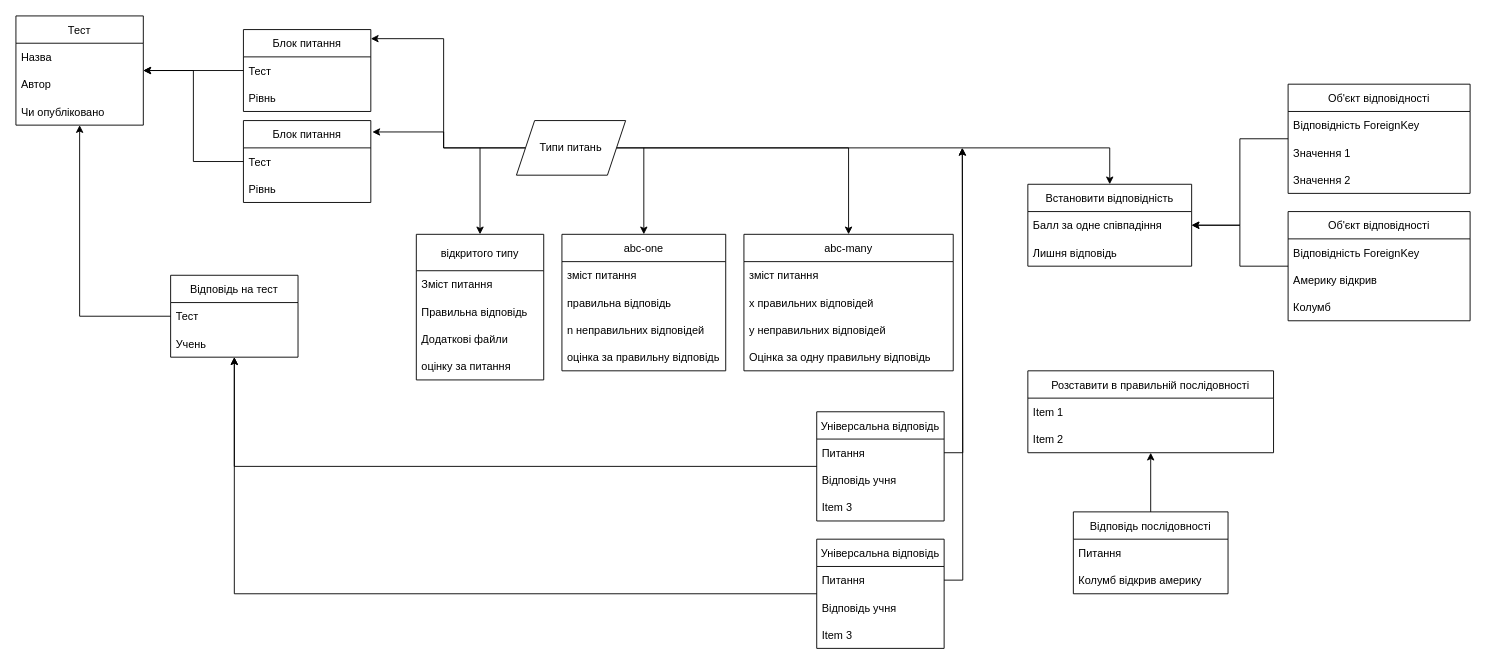
Above: rework.drawio in Writer-mng/database_scheme (draw.io), before the change. Source tidied: cells renumbered, new cells numbered last; positions are measured from the earlier drawing's top-left corner, leaving out a move shared by most shapes. Both pictures are drawn from the tidied source at 91%, with x=0, y=0 at pixel (15, 15).
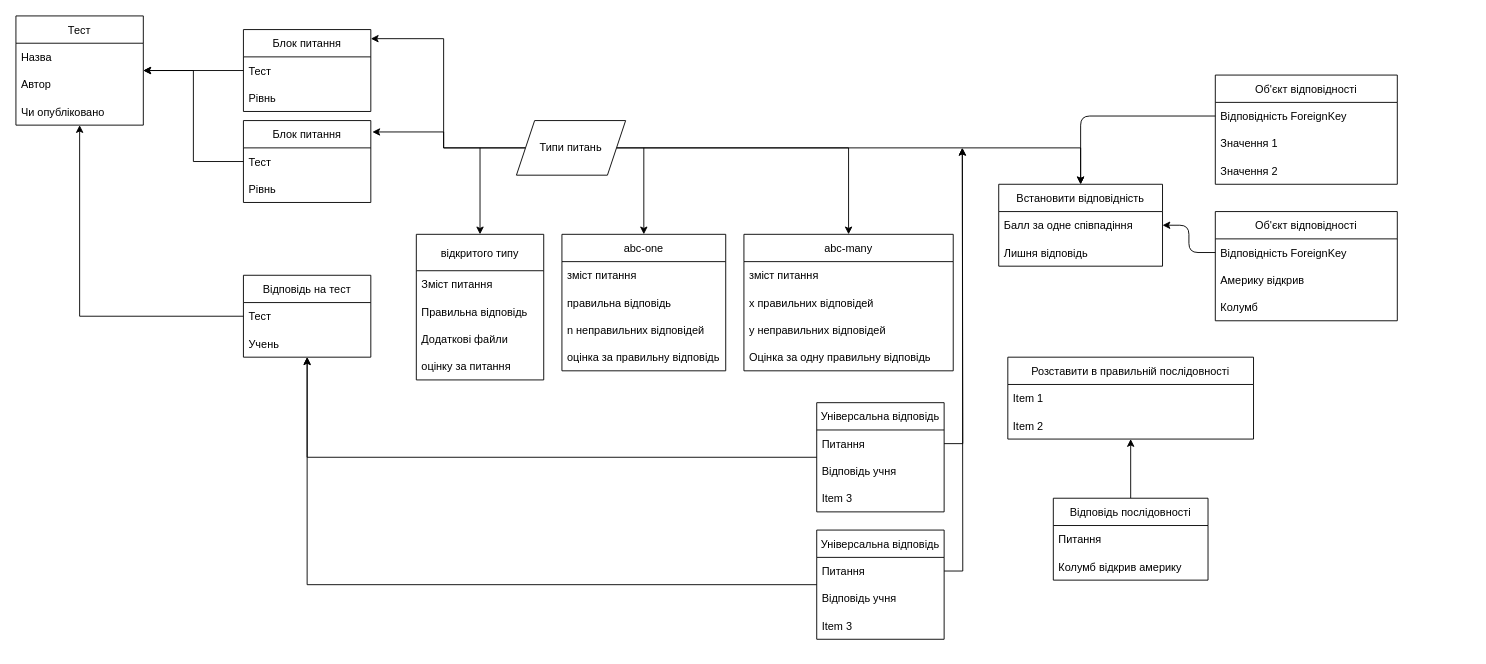
The same page after the edit.

The change refers to these unchanged cells:
```xml
<mxCell id="29" value="Відповідність ForeignKey" style="text;strokeColor=none;fillColor=none;align=left;verticalAlign=middle;spacingLeft=4;spacingRight=4;overflow=hidden;points=[[0,0.5],[1,0.5]];portConstraint=eastwest;" parent="28" vertex="1">
  <mxGeometry y="30" width="200" height="30" as="geometry" />
</mxCell>
<mxCell id="34" value="Відповідність ForeignKey" style="text;strokeColor=none;fillColor=none;align=left;verticalAlign=middle;spacingLeft=4;spacingRight=4;overflow=hidden;points=[[0,0.5],[1,0.5]];portConstraint=eastwest;" parent="33" vertex="1">
  <mxGeometry y="30" width="200" height="30" as="geometry" />
</mxCell>
```

The edit, as a diff of the source:
```diff
@@
     <mxCell id="24" value="Встановити відповідність" style="swimlane;fontStyle=0;horizontal=1;startSize=30;" parent="1" vertex="1">
-      <mxGeometry x="1112" y="185" width="180" height="90" as="geometry" />
+      <mxGeometry x="1080" y="185" width="180" height="90" as="geometry" />
     </mxCell>
@@
-    <mxCell id="27" style="edgeStyle=orthogonalEdgeStyle;rounded=0;jettySize=auto;html=1;" parent="1" edge="1" source="28" target="24">
-      <mxGeometry relative="1" as="geometry" />
-    </mxCell>
     <mxCell id="28" value="Об'єкт відповідності" style="swimlane;fontStyle=0;horizontal=1;startSize=30;" parent="1" vertex="1">
-      <mxGeometry x="1398" y="215" width="200" height="120" as="geometry" />
+      <mxGeometry x="1318" y="215" width="200" height="120" as="geometry" />
     </mxCell>
@@
-    <mxCell id="32" style="edgeStyle=orthogonalEdgeStyle;rounded=0;jettySize=auto;html=1;" parent="1" edge="1" source="33" target="24">
-      <mxGeometry relative="1" as="geometry" />
-    </mxCell>
     <mxCell id="33" value="Об'єкт відповідності" style="swimlane;fontStyle=0;horizontal=1;startSize=30;" parent="1" vertex="1">
-      <mxGeometry x="1398" y="75" width="200" height="120" as="geometry" />
+      <mxGeometry x="1318" y="65" width="200" height="120" as="geometry" />
     </mxCell>
@@
     <mxCell id="37" value="Розставити в правильній послідовності" style="swimlane;fontStyle=0;horizontal=1;startSize=30;" parent="1" vertex="1">
-      <mxGeometry x="1112" y="390" width="270" height="90" as="geometry" />
+      <mxGeometry x="1090" y="375" width="270" height="90" as="geometry" />
     </mxCell>
@@
     <mxCell id="41" value="Відповідь послідовності" style="swimlane;fontStyle=0;horizontal=1;startSize=30;" parent="1" vertex="1">
-      <mxGeometry x="1162" y="545" width="170" height="90" as="geometry" />
+      <mxGeometry x="1140" y="530" width="170" height="90" as="geometry" />
     </mxCell>
@@
     <mxCell id="56" value="Відповідь на тест" style="swimlane;fontStyle=0;horizontal=1;startSize=30;" parent="1" vertex="1">
-      <mxGeometry x="170" y="285" width="140" height="90" as="geometry" />
+      <mxGeometry x="250" y="285" width="140" height="90" as="geometry" />
     </mxCell>
@@
     <mxCell id="60" value="Універсальна відповідь" style="swimlane;fontStyle=0;horizontal=1;startSize=30;" parent="1" vertex="1">
-      <mxGeometry x="880" y="435" width="140" height="120" as="geometry" />
+      <mxGeometry x="880" y="425" width="140" height="120" as="geometry" />
     </mxCell>
@@
     <mxCell id="67" value="Універсальна відповідь" style="swimlane;fontStyle=0;horizontal=1;startSize=30;" parent="1" vertex="1">
-      <mxGeometry x="880" y="575" width="140" height="120" as="geometry" />
+      <mxGeometry x="880" y="565" width="140" height="120" as="geometry" />
     </mxCell>
@@
+    <mxCell id="72" style="edgeStyle=orthogonalEdgeStyle;curved=0;rounded=1;sketch=0;jettySize=auto;html=1;" parent="1" edge="1" source="34" target="24">
+      <mxGeometry relative="1" as="geometry" />
+    </mxCell>
+    <mxCell id="73" style="edgeStyle=orthogonalEdgeStyle;curved=0;rounded=1;sketch=0;jettySize=auto;html=1;" parent="1" edge="1" source="29" target="24">
+      <mxGeometry relative="1" as="geometry" />
+    </mxCell>
```
